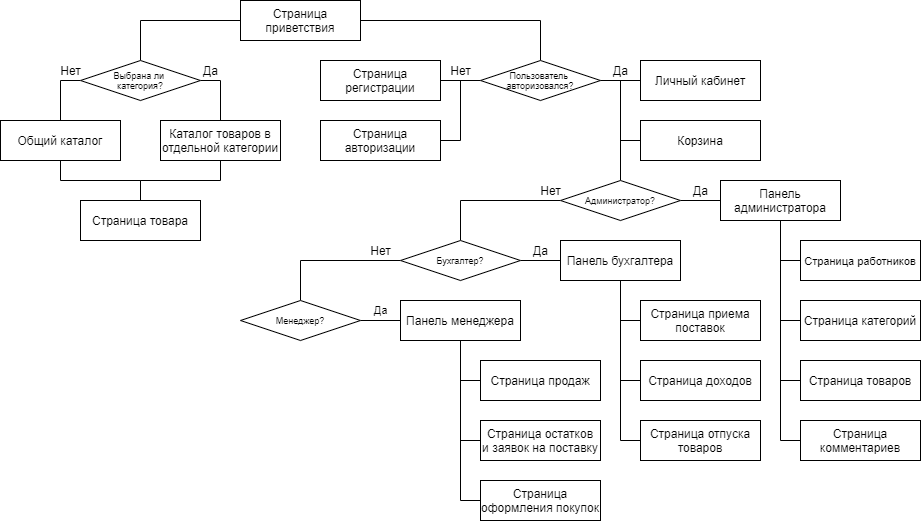
Above: Сайт.png in chidleev/MyRoom2 (draw.io), before the change. Source tidied: cells renumbered, new cells last; positions are measured from the earlier drawing's top-left corner, leaving out a move shared by most shapes.
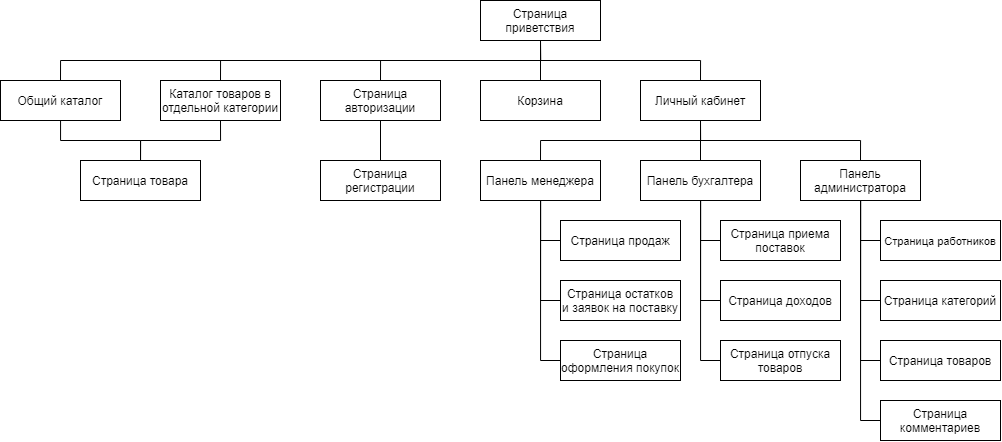
After the commit.

Diff of the diagram source:
```diff
@@ -2,81 +2,60 @@
   <root>
     <mxCell id="0" />
     <mxCell id="1" parent="0" />
-    <mxCell id="2" style="edgeStyle=orthogonalEdgeStyle;rounded=0;jettySize=auto;html=1;exitX=0;exitY=0.5;exitDx=0;exitDy=0;endArrow=none;endFill=0;" parent="1" edge="1" source="4" target="59">
-      <mxGeometry relative="1" as="geometry" />
-    </mxCell>
-    <mxCell id="3" style="edgeStyle=orthogonalEdgeStyle;rounded=0;jettySize=auto;html=1;entryX=0.5;entryY=0;entryDx=0;entryDy=0;endArrow=none;endFill=0;" parent="1" edge="1" source="4" target="18">
-      <mxGeometry relative="1" as="geometry" />
-    </mxCell>
+    <mxCell id="63" style="edgeStyle=orthogonalEdgeStyle;rounded=0;jettySize=auto;html=1;exitX=0.5;exitY=1;exitDx=0;exitDy=0;entryX=0.5;entryY=0;entryDx=0;entryDy=0;endArrow=none;endFill=0;" parent="1" edge="1" source="4" target="6">
+      <mxGeometry relative="1" as="geometry" />
+    </mxCell>
+    <mxCell id="64" style="edgeStyle=orthogonalEdgeStyle;rounded=0;jettySize=auto;html=1;exitX=0.5;exitY=1;exitDx=0;exitDy=0;entryX=0.5;entryY=0;entryDx=0;entryDy=0;endArrow=none;endFill=0;" parent="1" edge="1" source="4" target="11">
+      <mxGeometry relative="1" as="geometry" />
+    </mxCell>
+    <mxCell id="65" style="edgeStyle=orthogonalEdgeStyle;rounded=0;jettySize=auto;html=1;exitX=0.5;exitY=1;exitDx=0;exitDy=0;entryX=0.5;entryY=0;entryDx=0;entryDy=0;endArrow=none;endFill=0;" parent="1" edge="1" source="4" target="14">
+      <mxGeometry relative="1" as="geometry" />
+    </mxCell>
+    <mxCell id="66" style="edgeStyle=orthogonalEdgeStyle;rounded=0;jettySize=auto;html=1;exitX=0.5;exitY=1;exitDx=0;exitDy=0;entryX=0.5;entryY=0;entryDx=0;entryDy=0;endArrow=none;endFill=0;" parent="1" edge="1" source="4" target="19">
+      <mxGeometry relative="1" as="geometry" />
+    </mxCell>
+    <mxCell id="67" style="edgeStyle=orthogonalEdgeStyle;rounded=0;jettySize=auto;html=1;exitX=0.5;exitY=1;exitDx=0;exitDy=0;entryX=0.5;entryY=0;entryDx=0;entryDy=0;endArrow=none;endFill=0;" parent="1" edge="1" source="4" target="20">
+      <mxGeometry relative="1" as="geometry" />
+    </mxCell>
     <mxCell id="4" value="Страница приветствия" style="rounded=0;whiteSpace=wrap;html=1;" parent="1" vertex="1">
-      <mxGeometry x="240" width="120" height="40" as="geometry" />
+      <mxGeometry x="480" width="120" height="40" as="geometry" />
     </mxCell>
     <mxCell id="5" style="edgeStyle=orthogonalEdgeStyle;rounded=0;jettySize=auto;html=1;fontSize=9;endArrow=none;endFill=0;" parent="1" edge="1" source="6" target="62">
       <mxGeometry relative="1" as="geometry" />
     </mxCell>
     <mxCell id="6" value="Общий каталог" style="rounded=0;whiteSpace=wrap;html=1;" parent="1" vertex="1">
-      <mxGeometry y="120" width="120" height="40" as="geometry" />
+      <mxGeometry y="80" width="120" height="40" as="geometry" />
     </mxCell>
-    <mxCell id="7" style="edgeStyle=orthogonalEdgeStyle;rounded=0;jettySize=auto;html=1;exitX=1;exitY=0.5;exitDx=0;exitDy=0;endArrow=none;endFill=0;" parent="1" edge="1" source="18" target="20">
-      <mxGeometry relative="1" as="geometry" />
-    </mxCell>
-    <mxCell id="8" style="edgeStyle=orthogonalEdgeStyle;rounded=0;jettySize=auto;html=1;exitX=0;exitY=0.5;exitDx=0;exitDy=0;entryX=1;entryY=0.5;entryDx=0;entryDy=0;endArrow=none;endFill=0;" parent="1" edge="1" source="18" target="14">
-      <mxGeometry relative="1" as="geometry" />
-    </mxCell>
-    <mxCell id="9" style="edgeStyle=orthogonalEdgeStyle;rounded=0;jettySize=auto;html=1;exitX=0;exitY=0.5;exitDx=0;exitDy=0;entryX=1;entryY=0.5;entryDx=0;entryDy=0;endArrow=none;endFill=0;" parent="1" edge="1" source="18" target="12">
-      <mxGeometry relative="1" as="geometry" />
-    </mxCell>
     <mxCell id="10" style="edgeStyle=orthogonalEdgeStyle;rounded=0;jettySize=auto;html=1;exitX=0.5;exitY=1;exitDx=0;exitDy=0;entryX=0.5;entryY=0;entryDx=0;entryDy=0;fontSize=9;endArrow=none;endFill=0;" parent="1" edge="1" source="11" target="62">
       <mxGeometry relative="1" as="geometry" />
     </mxCell>
     <mxCell id="11" value="Каталог товаров в отдельной категории" style="whiteSpace=wrap;html=1;rounded=0;" parent="1" vertex="1">
-      <mxGeometry x="160" y="120" width="120" height="40" as="geometry" />
+      <mxGeometry x="160" y="80" width="120" height="40" as="geometry" />
     </mxCell>
     <mxCell id="12" value="Страница регистрации" style="whiteSpace=wrap;html=1;rounded=0;" parent="1" vertex="1">
-      <mxGeometry x="320" y="60" width="120" height="40" as="geometry" />
+      <mxGeometry x="320" y="160" width="120" height="40" as="geometry" />
     </mxCell>
-    <mxCell id="13" value="Да" style="text;html=1;align=center;verticalAlign=middle;strokeColor=none;fillColor=none;" parent="1" vertex="1">
-      <mxGeometry x="605" y="60" width="30" height="20" as="geometry" />
-    </mxCell>
+    <mxCell id="68" style="edgeStyle=orthogonalEdgeStyle;rounded=0;jettySize=auto;html=1;exitX=0.5;exitY=1;exitDx=0;exitDy=0;entryX=0.5;entryY=0;entryDx=0;entryDy=0;endArrow=none;endFill=0;" parent="1" edge="1" source="14" target="12">
+      <mxGeometry relative="1" as="geometry" />
+    </mxCell>
     <mxCell id="14" value="Страница авторизации" style="whiteSpace=wrap;html=1;rounded=0;" parent="1" vertex="1">
-      <mxGeometry x="320" y="120" width="120" height="40" as="geometry" />
+      <mxGeometry x="320" y="80" width="120" height="40" as="geometry" />
     </mxCell>
-    <mxCell id="15" value="Нет" style="text;html=1;align=center;verticalAlign=middle;strokeColor=none;fillColor=none;" parent="1" vertex="1">
-      <mxGeometry x="440" y="60" width="40" height="20" as="geometry" />
-    </mxCell>
-    <mxCell id="16" style="edgeStyle=orthogonalEdgeStyle;rounded=0;jettySize=auto;html=1;exitX=1;exitY=0.5;exitDx=0;exitDy=0;fontSize=9;startArrow=none;entryX=0;entryY=0.5;entryDx=0;entryDy=0;endArrow=none;endFill=0;" parent="1" edge="1" source="18" target="19">
-      <mxGeometry relative="1" as="geometry">
-        <Array as="points">
-          <mxPoint x="620" y="80" />
-          <mxPoint x="620" y="140" />
-        </Array>
-      </mxGeometry>
-    </mxCell>
-    <mxCell id="17" style="edgeStyle=orthogonalEdgeStyle;rounded=0;jettySize=auto;html=1;fontSize=9;entryX=0.5;entryY=0;entryDx=0;entryDy=0;endArrow=none;endFill=0;" parent="1" edge="1" source="18" target="23">
-      <mxGeometry relative="1" as="geometry">
-        <Array as="points">
-          <mxPoint x="620" y="80" />
-        </Array>
-      </mxGeometry>
-    </mxCell>
-    <mxCell id="18" value="&lt;span style=&quot;font-size: 9px;&quot;&gt;&lt;font style=&quot;font-size: 9px; line-height: 100%;&quot;&gt;Пользователь &lt;br style=&quot;font-size: 9px;&quot;&gt;авторизовался?&lt;/font&gt;&lt;/span&gt;" style="rhombus;whiteSpace=wrap;html=1;fontSize=9;spacing=0;" parent="1" vertex="1">
-      <mxGeometry x="480" y="60" width="120" height="40" as="geometry" />
-    </mxCell>
     <mxCell id="19" value="&lt;font style=&quot;font-size: 12px&quot;&gt;Корзина&lt;/font&gt;" style="rounded=0;whiteSpace=wrap;html=1;fontSize=9;" parent="1" vertex="1">
-      <mxGeometry x="640" y="120" width="120" height="40" as="geometry" />
+      <mxGeometry x="480" y="80" width="120" height="40" as="geometry" />
     </mxCell>
+    <mxCell id="69" style="edgeStyle=orthogonalEdgeStyle;rounded=0;jettySize=auto;html=1;exitX=0.5;exitY=1;exitDx=0;exitDy=0;entryX=0.5;entryY=0;entryDx=0;entryDy=0;endArrow=none;endFill=0;" parent="1" edge="1" source="20" target="52">
+      <mxGeometry relative="1" as="geometry" />
+    </mxCell>
+    <mxCell id="70" style="edgeStyle=orthogonalEdgeStyle;rounded=0;jettySize=auto;html=1;exitX=0.5;exitY=1;exitDx=0;exitDy=0;entryX=0.5;entryY=0;entryDx=0;entryDy=0;endArrow=none;endFill=0;" parent="1" edge="1" source="20" target="40">
+      <mxGeometry relative="1" as="geometry" />
+    </mxCell>
+    <mxCell id="71" style="edgeStyle=orthogonalEdgeStyle;rounded=0;jettySize=auto;html=1;exitX=0.5;exitY=1;exitDx=0;exitDy=0;entryX=0.5;entryY=0;entryDx=0;entryDy=0;endArrow=none;endFill=0;" parent="1" edge="1" source="20" target="28">
+      <mxGeometry relative="1" as="geometry" />
+    </mxCell>
     <mxCell id="20" value="Личный кабинет" style="whiteSpace=wrap;html=1;rounded=0;" parent="1" vertex="1">
-      <mxGeometry x="640" y="60" width="120" height="40" as="geometry" />
+      <mxGeometry x="640" y="80" width="120" height="40" as="geometry" />
     </mxCell>
-    <mxCell id="21" style="edgeStyle=orthogonalEdgeStyle;rounded=0;jettySize=auto;html=1;fontSize=9;endArrow=none;endFill=0;" parent="1" edge="1" source="23" target="28">
-      <mxGeometry relative="1" as="geometry" />
-    </mxCell>
-    <mxCell id="22" style="edgeStyle=orthogonalEdgeStyle;rounded=0;jettySize=auto;html=1;fontSize=12;exitX=0;exitY=0.5;exitDx=0;exitDy=0;endArrow=none;endFill=0;" parent="1" edge="1" source="23" target="36">
-      <mxGeometry relative="1" as="geometry" />
-    </mxCell>
-    <mxCell id="23" value="Администратор?" style="rhombus;whiteSpace=wrap;html=1;fontSize=9;spacing=0;" parent="1" vertex="1">
-      <mxGeometry x="560" y="180" width="120" height="40" as="geometry" />
-    </mxCell>
     <mxCell id="24" style="edgeStyle=orthogonalEdgeStyle;rounded=0;jettySize=auto;html=1;fontSize=12;entryX=0;entryY=0.5;entryDx=0;entryDy=0;endArrow=none;endFill=0;" parent="1" edge="1" source="28" target="30">
       <mxGeometry relative="1" as="geometry" />
     </mxCell>
@@ -90,32 +69,20 @@
       <mxGeometry relative="1" as="geometry" />
     </mxCell>
     <mxCell id="28" value="&lt;font style=&quot;font-size: 12px&quot;&gt;Панель администратора&lt;/font&gt;" style="whiteSpace=wrap;html=1;fontSize=12;spacing=0;" parent="1" vertex="1">
-      <mxGeometry x="720" y="180" width="120" height="40" as="geometry" />
+      <mxGeometry x="800" y="160" width="120" height="40" as="geometry" />
     </mxCell>
-    <mxCell id="29" value="Да" style="text;html=1;align=center;verticalAlign=middle;strokeColor=none;fillColor=none;fontSize=12;" parent="1" vertex="1">
-      <mxGeometry x="685" y="180" width="30" height="20" as="geometry" />
-    </mxCell>
     <mxCell id="30" value="Страница товаров" style="whiteSpace=wrap;html=1;spacing=0;" parent="1" vertex="1">
-      <mxGeometry x="800" y="360" width="120" height="40" as="geometry" />
+      <mxGeometry x="880" y="340" width="120" height="40" as="geometry" />
     </mxCell>
     <mxCell id="31" value="Страница категорий" style="whiteSpace=wrap;html=1;spacing=0;" parent="1" vertex="1">
-      <mxGeometry x="800" y="300" width="120" height="40" as="geometry" />
+      <mxGeometry x="880" y="280" width="120" height="40" as="geometry" />
     </mxCell>
     <mxCell id="32" value="&lt;font style=&quot;font-size: 11px&quot;&gt;Страница работников&lt;/font&gt;" style="whiteSpace=wrap;html=1;spacing=0;" parent="1" vertex="1">
-      <mxGeometry x="800" y="240" width="120" height="40" as="geometry" />
+      <mxGeometry x="880" y="220" width="120" height="40" as="geometry" />
     </mxCell>
     <mxCell id="33" value="Страница комментариев" style="whiteSpace=wrap;html=1;spacing=0;" parent="1" vertex="1">
-      <mxGeometry x="800" y="420" width="120" height="40" as="geometry" />
+      <mxGeometry x="880" y="400" width="120" height="40" as="geometry" />
     </mxCell>
-    <mxCell id="34" style="edgeStyle=orthogonalEdgeStyle;rounded=0;jettySize=auto;html=1;fontSize=12;exitX=1;exitY=0.5;exitDx=0;exitDy=0;entryX=0;entryY=0.5;entryDx=0;entryDy=0;endArrow=none;endFill=0;" parent="1" edge="1" source="36" target="40">
-      <mxGeometry relative="1" as="geometry" />
-    </mxCell>
-    <mxCell id="35" style="edgeStyle=orthogonalEdgeStyle;rounded=0;jettySize=auto;html=1;fontSize=12;endArrow=none;endFill=0;" parent="1" edge="1" source="36" target="47">
-      <mxGeometry relative="1" as="geometry" />
-    </mxCell>
-    <mxCell id="36" value="Бухгалтер?" style="rhombus;whiteSpace=wrap;html=1;fontSize=9;spacing=0;" parent="1" vertex="1">
-      <mxGeometry x="400" y="240" width="120" height="40" as="geometry" />
-    </mxCell>
     <mxCell id="37" style="edgeStyle=orthogonalEdgeStyle;rounded=0;jettySize=auto;html=1;fontSize=12;entryX=0;entryY=0.5;entryDx=0;entryDy=0;endArrow=none;endFill=0;" parent="1" edge="1" source="40" target="41">
       <mxGeometry relative="1" as="geometry" />
     </mxCell>
@@ -126,32 +93,17 @@
       <mxGeometry relative="1" as="geometry" />
     </mxCell>
     <mxCell id="40" value="Панель бухгалтера" style="whiteSpace=wrap;html=1;fontSize=12;spacing=0;" parent="1" vertex="1">
-      <mxGeometry x="560" y="240" width="120" height="40" as="geometry" />
+      <mxGeometry x="640" y="160" width="120" height="40" as="geometry" />
     </mxCell>
     <mxCell id="41" value="Страница приема поставок" style="whiteSpace=wrap;html=1;spacing=0;" parent="1" vertex="1">
-      <mxGeometry x="640" y="300" width="120" height="40" as="geometry" />
+      <mxGeometry x="720" y="220" width="120" height="40" as="geometry" />
     </mxCell>
     <mxCell id="42" value="Страница доходов" style="whiteSpace=wrap;html=1;spacing=0;" parent="1" vertex="1">
-      <mxGeometry x="640" y="360" width="120" height="40" as="geometry" />
+      <mxGeometry x="720" y="280" width="120" height="40" as="geometry" />
     </mxCell>
     <mxCell id="43" value="Страница отпуска товаров" style="whiteSpace=wrap;html=1;spacing=0;" parent="1" vertex="1">
-      <mxGeometry x="640" y="420" width="120" height="40" as="geometry" />
+      <mxGeometry x="720" y="340" width="120" height="40" as="geometry" />
     </mxCell>
-    <mxCell id="44" value="Нет" style="text;html=1;align=center;verticalAlign=middle;strokeColor=none;fillColor=none;fontSize=12;" parent="1" vertex="1">
-      <mxGeometry x="530" y="180" width="40" height="20" as="geometry" />
-    </mxCell>
-    <mxCell id="45" value="Да" style="text;html=1;align=center;verticalAlign=middle;strokeColor=none;fillColor=none;fontSize=12;" parent="1" vertex="1">
-      <mxGeometry x="525" y="240" width="30" height="20" as="geometry" />
-    </mxCell>
-    <mxCell id="46" style="edgeStyle=orthogonalEdgeStyle;rounded=0;jettySize=auto;html=1;fontSize=12;endArrow=none;endFill=0;" parent="1" edge="1" source="47" target="52">
-      <mxGeometry relative="1" as="geometry" />
-    </mxCell>
-    <mxCell id="47" value="Менеджер?" style="rhombus;whiteSpace=wrap;html=1;fontSize=9;spacing=0;" parent="1" vertex="1">
-      <mxGeometry x="240" y="300" width="120" height="40" as="geometry" />
-    </mxCell>
-    <mxCell id="48" value="Нет" style="text;html=1;align=center;verticalAlign=middle;strokeColor=none;fillColor=none;fontSize=12;" parent="1" vertex="1">
-      <mxGeometry x="360" y="240" width="40" height="20" as="geometry" />
-    </mxCell>
     <mxCell id="49" style="edgeStyle=orthogonalEdgeStyle;rounded=0;jettySize=auto;html=1;fontSize=12;entryX=0;entryY=0.5;entryDx=0;entryDy=0;endArrow=none;endFill=0;" parent="1" edge="1" source="52" target="53">
       <mxGeometry relative="1" as="geometry" />
     </mxCell>
@@ -162,37 +114,19 @@
       <mxGeometry relative="1" as="geometry" />
     </mxCell>
     <mxCell id="52" value="Панель менеджера" style="whiteSpace=wrap;html=1;fontSize=12;spacing=0;" parent="1" vertex="1">
-      <mxGeometry x="400" y="300" width="120" height="40" as="geometry" />
+      <mxGeometry x="480" y="160" width="120" height="40" as="geometry" />
     </mxCell>
     <mxCell id="53" value="Страница продаж" style="whiteSpace=wrap;html=1;spacing=0;" parent="1" vertex="1">
-      <mxGeometry x="480" y="360" width="120" height="40" as="geometry" />
+      <mxGeometry x="560" y="220" width="120" height="40" as="geometry" />
     </mxCell>
     <mxCell id="54" value="Страница остатков&lt;br&gt;и заявок на поставку" style="whiteSpace=wrap;html=1;spacing=0;" parent="1" vertex="1">
-      <mxGeometry x="480" y="420" width="120" height="40" as="geometry" />
+      <mxGeometry x="560" y="280" width="120" height="40" as="geometry" />
     </mxCell>
     <mxCell id="55" value="Страница оформления покупок" style="whiteSpace=wrap;html=1;spacing=0;fontSize=12;" parent="1" vertex="1">
-      <mxGeometry x="480" y="480" width="120" height="40" as="geometry" />
+      <mxGeometry x="560" y="340" width="120" height="40" as="geometry" />
     </mxCell>
-    <mxCell id="56" value="Да" style="text;html=1;align=center;verticalAlign=middle;strokeColor=none;fillColor=none;fontSize=11;" parent="1" vertex="1">
-      <mxGeometry x="365" y="300" width="30" height="20" as="geometry" />
-    </mxCell>
-    <mxCell id="57" style="edgeStyle=orthogonalEdgeStyle;rounded=0;jettySize=auto;html=1;exitX=1;exitY=0.5;exitDx=0;exitDy=0;entryX=0.5;entryY=0;entryDx=0;entryDy=0;fontSize=9;endArrow=none;endFill=0;" parent="1" edge="1" source="59" target="11">
-      <mxGeometry relative="1" as="geometry" />
-    </mxCell>
-    <mxCell id="58" style="edgeStyle=orthogonalEdgeStyle;rounded=0;jettySize=auto;html=1;exitX=0;exitY=0.5;exitDx=0;exitDy=0;entryX=0.5;entryY=0;entryDx=0;entryDy=0;fontSize=9;endArrow=none;endFill=0;" parent="1" edge="1" source="59" target="6">
-      <mxGeometry relative="1" as="geometry" />
-    </mxCell>
-    <mxCell id="59" value="Выбрана ли &lt;br&gt;категория?" style="rhombus;whiteSpace=wrap;html=1;fontSize=9;" parent="1" vertex="1">
-      <mxGeometry x="80" y="60" width="120" height="40" as="geometry" />
-    </mxCell>
-    <mxCell id="60" value="&lt;font style=&quot;font-size: 12px&quot;&gt;Да&lt;/font&gt;" style="text;html=1;align=center;verticalAlign=middle;strokeColor=none;fillColor=none;fontSize=9;" parent="1" vertex="1">
-      <mxGeometry x="195" y="60" width="30" height="20" as="geometry" />
-    </mxCell>
-    <mxCell id="61" value="&lt;font style=&quot;font-size: 12px&quot;&gt;Нет&lt;/font&gt;" style="text;html=1;align=center;verticalAlign=middle;strokeColor=none;fillColor=none;fontSize=9;" parent="1" vertex="1">
-      <mxGeometry x="50" y="60" width="40" height="20" as="geometry" />
-    </mxCell>
     <mxCell id="62" value="Страница товара" style="whiteSpace=wrap;html=1;rounded=0;" parent="1" vertex="1">
-      <mxGeometry x="80" y="200" width="120" height="40" as="geometry" />
+      <mxGeometry x="80" y="160" width="120" height="40" as="geometry" />
     </mxCell>
   </root>
 </mxGraphModel>
```
